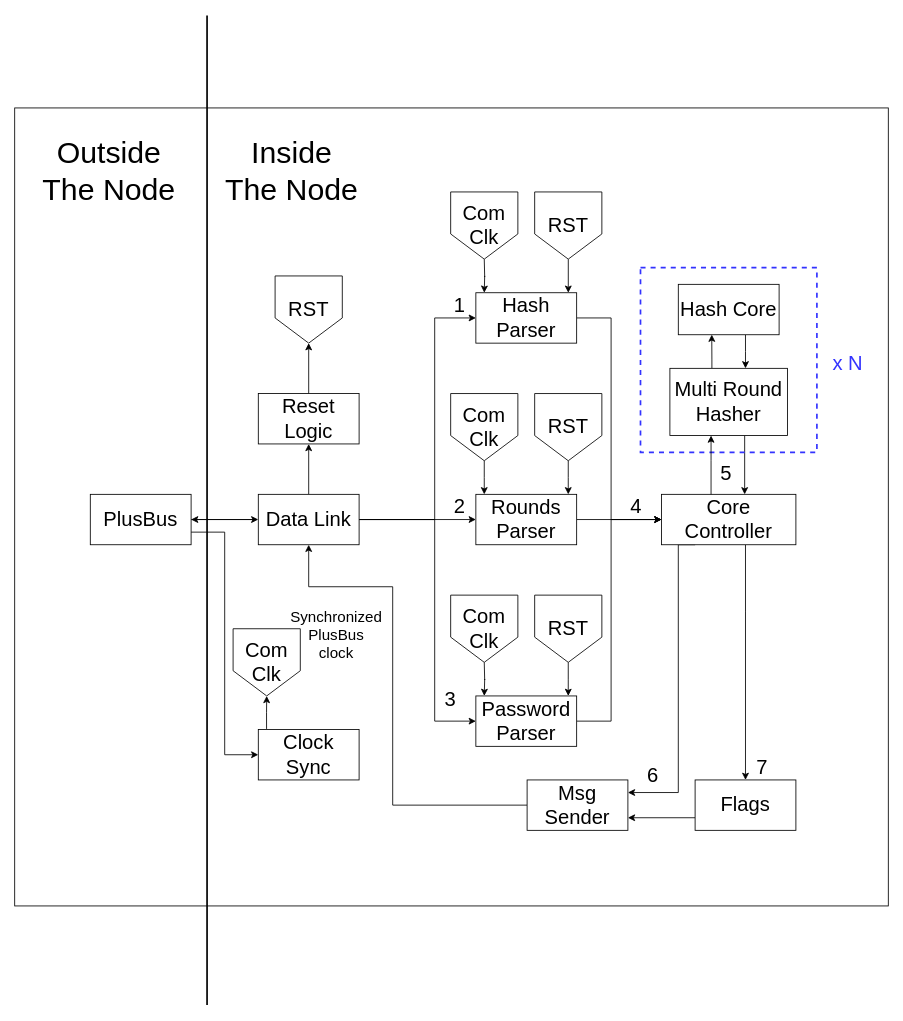
This is figures/node_structure/node_structure.drawio from Niclasapdk/ESD3_project, a draw.io file, before an edit. Source tidied: cells renumbered, new cells numbered last; positions are measured from the earlier drawing's top-left corner, leaving out a move shared by most shapes. Both pictures are drawn from the tidied source at 84%, with x=0, y=0 at pixel (14, 15).
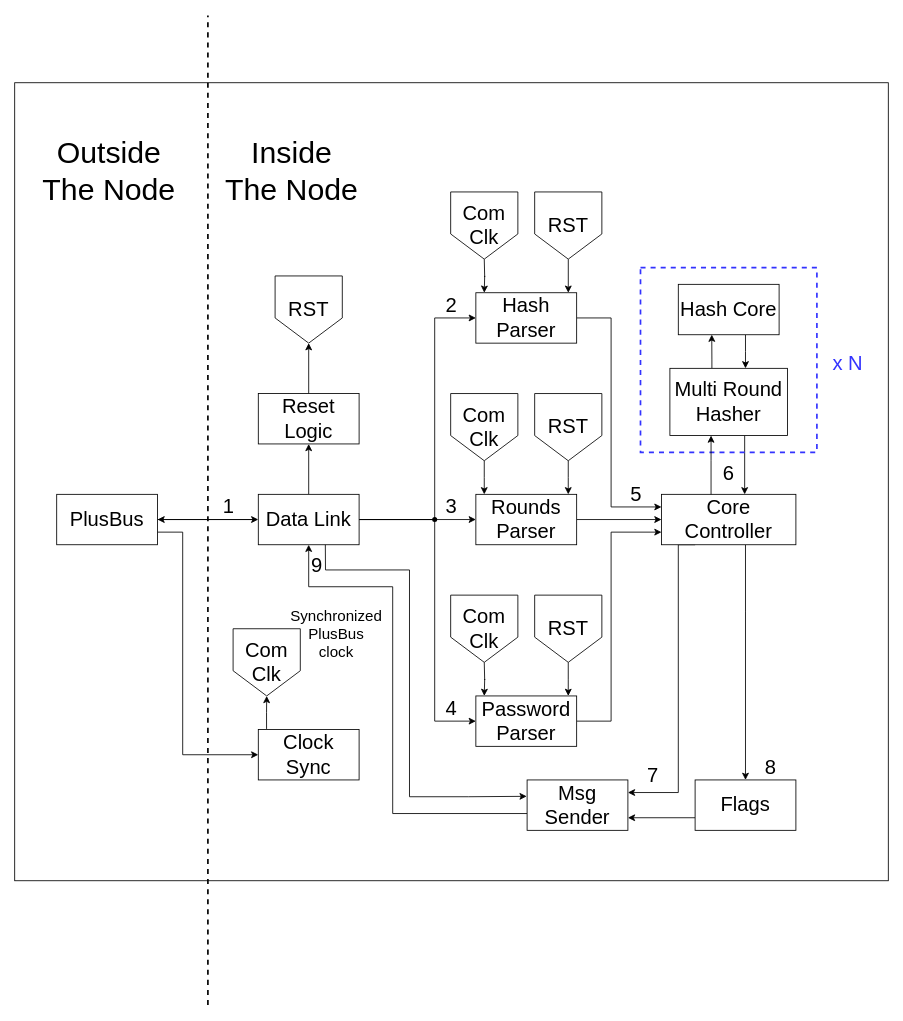
The same page after the edit.

Commit message (it also covers changes not shown here):
Fixed node_structure figure second time :)

The change refers to these unchanged cells:
```xml
<mxCell id="8" value="&lt;font style=&quot;font-size: 24px;&quot;&gt;Clock Sync&lt;br&gt;&lt;/font&gt;" style="rounded=0;whiteSpace=wrap;html=1;" parent="1" vertex="1">
  <mxGeometry x="290" y="850" width="120" height="60" as="geometry" />
</mxCell>
<mxCell id="13" value="&lt;font style=&quot;font-size: 24px;&quot;&gt;Data Link&lt;br&gt;&lt;/font&gt;" style="rounded=0;whiteSpace=wrap;html=1;" parent="1" vertex="1">
  <mxGeometry x="290" y="570" width="120" height="60" as="geometry" />
</mxCell>
<mxCell id="21" value="&lt;font style=&quot;font-size: 24px;&quot;&gt;Hash Parser&lt;br&gt;&lt;/font&gt;" style="rounded=0;whiteSpace=wrap;html=1;fontSize=16;" parent="1" vertex="1">
  <mxGeometry x="549" y="330" width="120" height="60" as="geometry" />
</mxCell>
<mxCell id="23" value="&lt;font style=&quot;font-size: 24px;&quot;&gt;Password&lt;br&gt;Parser&lt;br&gt;&lt;/font&gt;" style="rounded=0;whiteSpace=wrap;html=1;fontSize=16;" parent="1" vertex="1">
  <mxGeometry x="549" y="810" width="120" height="60" as="geometry" />
</mxCell>
<mxCell id="38" value="&lt;font style=&quot;font-size: 24px;&quot;&gt;Core Controller&lt;br&gt;&lt;/font&gt;" style="rounded=0;whiteSpace=wrap;html=1;fontSize=16;" parent="1" vertex="1">
  <mxGeometry x="770" y="570" width="160" height="60" as="geometry" />
</mxCell>
<mxCell id="40" value="&lt;font style=&quot;font-size: 24px;&quot;&gt;Msg Sender&lt;br&gt;&lt;/font&gt;" style="rounded=0;whiteSpace=wrap;html=1;fontSize=16;" parent="1" vertex="1">
  <mxGeometry x="610" y="910" width="120" height="60" as="geometry" />
</mxCell>
```

Diff of the diagram source:
```diff
@@
     <mxCell id="2" style="rounded=0;whiteSpace=wrap;html=1;fontSize=16;" parent="1" vertex="1">
-      <mxGeometry y="110" width="1040" height="950" as="geometry" />
+      <mxGeometry y="80" width="1040" height="950" as="geometry" />
     </mxCell>
@@
     <mxCell id="4" style="edgeStyle=orthogonalEdgeStyle;rounded=0;jettySize=auto;html=1;entryX=0;entryY=0.5;entryDx=0;entryDy=0;exitX=1;exitY=0.75;exitDx=0;exitDy=0;" parent="1" edge="1" source="5" target="8">
-      <mxGeometry relative="1" as="geometry" />
+      <mxGeometry relative="1" as="geometry">
+        <Array as="points">
+          <mxPoint x="200" y="615" />
+          <mxPoint x="200" y="880" />
+        </Array>
+      </mxGeometry>
     </mxCell>
     <mxCell id="5" value="&lt;font style=&quot;font-size: 24px;&quot;&gt;PlusBus&lt;/font&gt;" style="rounded=0;whiteSpace=wrap;html=1;fontSize=16;" parent="1" vertex="1">
-      <mxGeometry x="90" y="570" width="120" height="60" as="geometry" />
+      <mxGeometry x="50" y="570" width="120" height="60" as="geometry" />
     </mxCell>
-    <mxCell id="6" style="endArrow=none;html=1;rounded=0;strokeWidth=2;" parent="1" edge="1">
+    <mxCell id="6" style="endArrow=none;html=1;rounded=0;strokeWidth=2;dashed=1;" parent="1" edge="1">
       <mxGeometry relative="1" as="geometry">
-        <mxPoint x="229" y="1178" as="sourcePoint" />
-        <mxPoint x="229" as="targetPoint" />
+        <mxPoint x="230" y="1178" as="sourcePoint" />
+        <mxPoint x="230" as="targetPoint" />
       </mxGeometry>
     </mxCell>
@@
-    <mxCell id="20" style="edgeStyle=orthogonalEdgeStyle;rounded=0;jettySize=auto;html=1;entryX=0;entryY=0.5;entryDx=0;entryDy=0;" parent="1" edge="1" source="21" target="38">
+    <mxCell id="20" style="edgeStyle=orthogonalEdgeStyle;rounded=0;jettySize=auto;html=1;entryX=0;entryY=0.25;entryDx=0;entryDy=0;" parent="1" edge="1" source="21" target="38">
       <mxGeometry relative="1" as="geometry">
         <Array as="points">
           <mxPoint x="710" y="360" />
-          <mxPoint x="710" y="600" />
+          <mxPoint x="710" y="585" />
         </Array>
       </mxGeometry>
     </mxCell>
@@
-    <mxCell id="22" style="edgeStyle=orthogonalEdgeStyle;rounded=0;jettySize=auto;html=1;entryX=0;entryY=0.5;entryDx=0;entryDy=0;" parent="1" edge="1" source="23" target="38">
+    <mxCell id="22" style="edgeStyle=orthogonalEdgeStyle;rounded=0;jettySize=auto;html=1;entryX=0;entryY=0.75;entryDx=0;entryDy=0;" parent="1" edge="1" source="23" target="38">
       <mxGeometry relative="1" as="geometry">
         <Array as="points">
           <mxPoint x="710" y="840" />
-          <mxPoint x="710" y="600" />
+          <mxPoint x="710" y="615" />
         </Array>
       </mxGeometry>
     </mxCell>
@@
     <mxCell id="39" style="edgeStyle=orthogonalEdgeStyle;rounded=0;jettySize=auto;html=1;entryX=0.5;entryY=1;entryDx=0;entryDy=0;" parent="1" edge="1" source="40" target="13">
       <mxGeometry relative="1" as="geometry">
         <Array as="points">
-          <mxPoint x="450" y="940" />
+          <mxPoint x="450" y="950" />
           <mxPoint x="450" y="680" />
           <mxPoint x="350" y="680" />
         </Array>
       </mxGeometry>
     </mxCell>
@@
     <mxCell id="53" value="&lt;font style=&quot;font-size: 24px;&quot;&gt;2&lt;/font&gt;" style="text;html=1;strokeColor=none;fillColor=none;align=center;verticalAlign=middle;whiteSpace=wrap;rounded=0;" parent="1" vertex="1">
-      <mxGeometry x="500" y="570" width="60" height="30" as="geometry" />
+      <mxGeometry x="490" y="330" width="60" height="30" as="geometry" />
     </mxCell>
     <mxCell id="54" value="&lt;font style=&quot;font-size: 24px;&quot;&gt;1&lt;/font&gt;" style="text;html=1;strokeColor=none;fillColor=none;align=center;verticalAlign=middle;whiteSpace=wrap;rounded=0;" parent="1" vertex="1">
-      <mxGeometry x="500" y="330" width="60" height="30" as="geometry" />
+      <mxGeometry x="225" y="570" width="60" height="30" as="geometry" />
     </mxCell>
     <mxCell id="55" value="&lt;font style=&quot;font-size: 24px;&quot;&gt;3&lt;/font&gt;" style="text;html=1;strokeColor=none;fillColor=none;align=center;verticalAlign=middle;whiteSpace=wrap;rounded=0;" parent="1" vertex="1">
-      <mxGeometry x="489" y="800" width="60" height="30" as="geometry" />
+      <mxGeometry x="490" y="570" width="60" height="30" as="geometry" />
     </mxCell>
     <mxCell id="56" value="&lt;font style=&quot;font-size: 24px;&quot;&gt;4&lt;/font&gt;" style="text;html=1;strokeColor=none;fillColor=none;align=center;verticalAlign=middle;whiteSpace=wrap;rounded=0;" parent="1" vertex="1">
-      <mxGeometry x="710" y="570" width="60" height="30" as="geometry" />
+      <mxGeometry x="490" y="810" width="60" height="30" as="geometry" />
     </mxCell>
     <mxCell id="57" value="&lt;font style=&quot;font-size: 24px;&quot;&gt;5&lt;/font&gt;" style="text;html=1;strokeColor=none;fillColor=none;align=center;verticalAlign=middle;whiteSpace=wrap;rounded=0;" parent="1" vertex="1">
-      <mxGeometry x="817" y="530" width="60" height="30" as="geometry" />
+      <mxGeometry x="710" y="555" width="60" height="30" as="geometry" />
     </mxCell>
@@
     <mxCell id="59" value="&lt;font style=&quot;font-size: 24px;&quot;&gt;6&lt;/font&gt;" style="text;html=1;strokeColor=none;fillColor=none;align=center;verticalAlign=middle;whiteSpace=wrap;rounded=0;" parent="1" vertex="1">
-      <mxGeometry x="730" y="890" width="60" height="30" as="geometry" />
+      <mxGeometry x="820" y="530" width="60" height="30" as="geometry" />
     </mxCell>
     <mxCell id="60" value="&lt;font style=&quot;font-size: 24px;&quot;&gt;7&lt;/font&gt;" style="text;html=1;strokeColor=none;fillColor=none;align=center;verticalAlign=middle;whiteSpace=wrap;rounded=0;" parent="1" vertex="1">
-      <mxGeometry x="860" y="880" width="60" height="30" as="geometry" />
+      <mxGeometry x="730" y="890" width="60" height="30" as="geometry" />
     </mxCell>
     <mxCell id="61" value="&lt;font style=&quot;font-size: 18px;&quot;&gt;Synchronized PlusBus clock&lt;br&gt;&lt;/font&gt;" style="text;html=1;strokeColor=none;fillColor=none;align=center;verticalAlign=middle;whiteSpace=wrap;rounded=0;" parent="1" vertex="1">
-      <mxGeometry x="333" y="693" width="100" height="90" as="geometry" />
+      <mxGeometry x="333" y="692" width="100" height="90" as="geometry" />
     </mxCell>
+    <mxCell id="62" value="&lt;font style=&quot;font-size: 24px;&quot;&gt;8&lt;/font&gt;" style="text;html=1;strokeColor=none;fillColor=none;align=center;verticalAlign=middle;whiteSpace=wrap;rounded=0;" parent="1" vertex="1">
+      <mxGeometry x="870" y="880" width="60" height="30" as="geometry" />
+    </mxCell>
+    <mxCell id="63" style="shape=waypoint;sketch=0;fillStyle=solid;size=6;fillColor=none;perimeter=centerPerimeter;" parent="1" vertex="1">
+      <mxGeometry x="490" y="590" width="20" height="20" as="geometry" />
+    </mxCell>
+    <mxCell id="64" value="&lt;font style=&quot;font-size: 24px;&quot;&gt;9&lt;/font&gt;" style="text;html=1;strokeColor=none;fillColor=none;align=center;verticalAlign=middle;whiteSpace=wrap;rounded=0;" parent="1" vertex="1">
+      <mxGeometry x="330" y="640" width="60" height="30" as="geometry" />
+    </mxCell>
+    <mxCell id="65" style="endArrow=classic;html=1;rounded=0;exitX=0.665;exitY=1.001;exitDx=0;exitDy=0;entryX=-0.004;entryY=0.325;entryDx=0;entryDy=0;entryPerimeter=0;exitPerimeter=0;" parent="1" edge="1" source="13" target="40">
+      <mxGeometry relative="1" as="geometry">
+        <Array as="points">
+          <mxPoint x="370" y="660" />
+          <mxPoint x="470" y="660" />
+          <mxPoint x="470" y="930" />
+          <mxPoint x="540" y="930" />
+        </Array>
+      </mxGeometry>
+    </mxCell>
```
